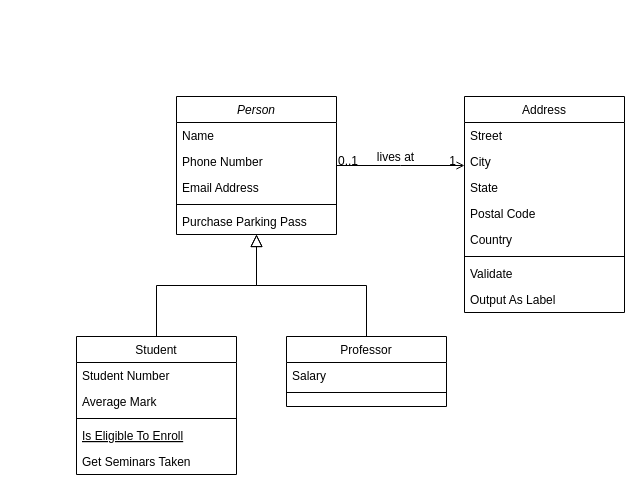
martman85/voetbalmanagerchart keeps this draw.io diagram as Untitled Diagram.drawio. Above is the earlier version. Source tidied: cells renumbered, new cells numbered last; positions are measured from the earlier drawing's top-left corner, leaving out a move shared by most shapes. Both pictures are drawn from the tidied source at 100%, with x=0, y=0 at pixel (76, 96).
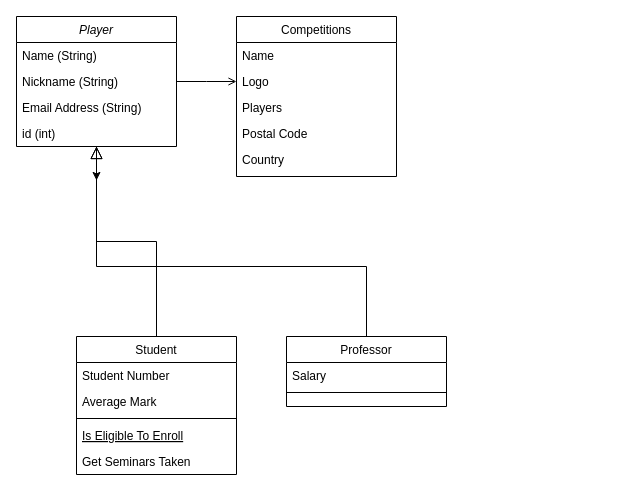
The same page after the edit.

Unchanged cells that the change refers to:
```xml
<mxCell id="15" value="Professor" style="swimlane;fontStyle=0;align=center;verticalAlign=top;horizontal=1;startSize=26;rounded=0;shadow=0;strokeWidth=1;" parent="1" vertex="1">
  <mxGeometry x="210" y="240" width="160" height="70" as="geometry" />
</mxCell>
<mxCell id="28" style="endArrow=open;shadow=0;strokeWidth=1;rounded=0;endFill=1;edgeStyle=elbowEdgeStyle;elbow=vertical;" parent="1" edge="1" source="2" target="19">
  <mxGeometry x="0.5" y="41" relative="1" as="geometry">
    <mxPoint x="-40" y="32" as="offset" />
  </mxGeometry>
</mxCell>
```

Change to the diagram source:
```diff
@@
+    <mxCell id="32" style="edgeStyle=orthogonalEdgeStyle;rounded=0;jettySize=auto;html=1;exitX=0.5;exitY=1;exitDx=0;exitDy=0;" parent="1" edge="1" source="2">
+      <mxGeometry relative="1" as="geometry">
+        <mxPoint x="20" y="83.9" as="targetPoint" />
+      </mxGeometry>
+    </mxCell>
-    <mxCell id="2" value="Person" style="swimlane;fontStyle=2;align=center;verticalAlign=top;horizontal=1;startSize=26;rounded=0;shadow=0;strokeWidth=1;" parent="1" vertex="1">
-      <mxGeometry x="100" width="160" height="138" as="geometry" />
+    <mxCell id="2" value="Player" style="swimlane;fontStyle=2;align=center;verticalAlign=top;horizontal=1;startSize=26;rounded=0;shadow=0;strokeWidth=1;" parent="1" vertex="1">
+      <mxGeometry x="-60" y="-80" width="160" height="130" as="geometry" />
     </mxCell>
-    <mxCell id="3" value="Name" style="text;align=left;verticalAlign=top;spacingLeft=4;spacingRight=4;overflow=hidden;" parent="2" vertex="1">
+    <mxCell id="3" value="Name (String)" style="text;align=left;verticalAlign=top;spacingLeft=4;spacingRight=4;overflow=hidden;" parent="2" vertex="1">
       <mxGeometry y="26" width="160" height="26" as="geometry" />
     </mxCell>
-    <mxCell id="4" value="Phone Number" style="text;align=left;verticalAlign=top;spacingLeft=4;spacingRight=4;overflow=hidden;rounded=0;shadow=0;html=0;" parent="2" vertex="1">
+    <mxCell id="4" value="Nickname (String)" style="text;align=left;verticalAlign=top;spacingLeft=4;spacingRight=4;overflow=hidden;rounded=0;shadow=0;html=0;" parent="2" vertex="1">
       <mxGeometry y="52" width="160" height="26" as="geometry" />
     </mxCell>
-    <mxCell id="5" value="Email Address" style="text;align=left;verticalAlign=top;spacingLeft=4;spacingRight=4;overflow=hidden;rounded=0;shadow=0;html=0;" parent="2" vertex="1">
+    <mxCell id="5" value="Email Address (String)" style="text;align=left;verticalAlign=top;spacingLeft=4;spacingRight=4;overflow=hidden;rounded=0;shadow=0;html=0;" parent="2" vertex="1">
       <mxGeometry y="78" width="160" height="26" as="geometry" />
     </mxCell>
-    <mxCell id="6" style="line;html=1;strokeWidth=1;align=left;verticalAlign=middle;spacingTop=-1;spacingLeft=3;spacingRight=3;labelPosition=right;" parent="2" vertex="1">
-      <mxGeometry y="104" width="160" height="8" as="geometry" />
-    </mxCell>
-    <mxCell id="7" value="Purchase Parking Pass" style="text;align=left;verticalAlign=top;spacingLeft=4;spacingRight=4;overflow=hidden;" parent="2" vertex="1">
-      <mxGeometry y="112" width="160" height="26" as="geometry" />
-    </mxCell>
+    <mxCell id="33" value="id (int)" style="text;align=left;verticalAlign=top;spacingLeft=4;spacingRight=4;overflow=hidden;rounded=0;shadow=0;html=0;" parent="2" vertex="1">
+      <mxGeometry y="104" width="160" height="26" as="geometry" />
+    </mxCell>
@@
     <mxCell id="18" style="endArrow=block;endSize=10;endFill=0;shadow=0;strokeWidth=1;rounded=0;edgeStyle=elbowEdgeStyle;elbow=vertical;" parent="1" edge="1" source="15" target="2">
-      <mxGeometry relative="1" as="geometry" />
+      <mxGeometry relative="1" as="geometry">
+        <Array as="points">
+          <mxPoint x="150" y="170" />
+        </Array>
+      </mxGeometry>
     </mxCell>
-    <mxCell id="19" value="Address" style="swimlane;fontStyle=0;align=center;verticalAlign=top;horizontal=1;startSize=26;rounded=0;shadow=0;strokeWidth=1;" parent="1" vertex="1">
-      <mxGeometry x="388" width="160" height="216" as="geometry" />
+    <mxCell id="19" value="Competitions" style="swimlane;fontStyle=0;align=center;verticalAlign=top;horizontal=1;startSize=26;rounded=0;shadow=0;strokeWidth=1;" parent="1" vertex="1">
+      <mxGeometry x="160" y="-80" width="160" height="160" as="geometry" />
     </mxCell>
-    <mxCell id="20" value="Street" style="text;align=left;verticalAlign=top;spacingLeft=4;spacingRight=4;overflow=hidden;" parent="19" vertex="1">
+    <mxCell id="20" value="Name" style="text;align=left;verticalAlign=top;spacingLeft=4;spacingRight=4;overflow=hidden;" parent="19" vertex="1">
       <mxGeometry y="26" width="160" height="26" as="geometry" />
     </mxCell>
-    <mxCell id="21" value="City" style="text;align=left;verticalAlign=top;spacingLeft=4;spacingRight=4;overflow=hidden;rounded=0;shadow=0;html=0;" parent="19" vertex="1">
+    <mxCell id="21" value="Logo" style="text;align=left;verticalAlign=top;spacingLeft=4;spacingRight=4;overflow=hidden;rounded=0;shadow=0;html=0;" parent="19" vertex="1">
       <mxGeometry y="52" width="160" height="26" as="geometry" />
     </mxCell>
-    <mxCell id="22" value="State" style="text;align=left;verticalAlign=top;spacingLeft=4;spacingRight=4;overflow=hidden;rounded=0;shadow=0;html=0;" parent="19" vertex="1">
+    <mxCell id="22" value="Players" style="text;align=left;verticalAlign=top;spacingLeft=4;spacingRight=4;overflow=hidden;rounded=0;shadow=0;html=0;" parent="19" vertex="1">
       <mxGeometry y="78" width="160" height="26" as="geometry" />
     </mxCell>
@@
-    <mxCell id="25" style="line;html=1;strokeWidth=1;align=left;verticalAlign=middle;spacingTop=-1;spacingLeft=3;spacingRight=3;labelPosition=right;" parent="19" vertex="1">
-      <mxGeometry y="156" width="160" height="8" as="geometry" />
-    </mxCell>
-    <mxCell id="26" value="Validate" style="text;align=left;verticalAlign=top;spacingLeft=4;spacingRight=4;overflow=hidden;" parent="19" vertex="1">
-      <mxGeometry y="164" width="160" height="26" as="geometry" />
-    </mxCell>
-    <mxCell id="27" value="Output As Label" style="text;align=left;verticalAlign=top;spacingLeft=4;spacingRight=4;overflow=hidden;" parent="19" vertex="1">
-      <mxGeometry y="190" width="160" height="26" as="geometry" />
-    </mxCell>
@@
-    <mxCell id="29" value="0..1" style="align=left;verticalAlign=bottom;labelBackgroundColor=none;fontSize=12;" parent="28" vertex="1">
-      <mxGeometry x="-1" relative="1" as="geometry">
-        <mxPoint y="4" as="offset" />
-      </mxGeometry>
-    </mxCell>
-    <mxCell id="30" value="1" style="align=right;verticalAlign=bottom;labelBackgroundColor=none;fontSize=12;" parent="28" vertex="1">
-      <mxGeometry x="1" relative="1" as="geometry">
-        <mxPoint x="-7" y="4" as="offset" />
-      </mxGeometry>
-    </mxCell>
-    <mxCell id="31" value="lives at" style="text;html=1;align=center;verticalAlign=middle;labelBackgroundColor=none;rounded=0;shadow=0;strokeWidth=1;fontSize=12;" parent="28" vertex="1">
-      <mxGeometry x="0.5" y="49" relative="1" as="geometry">
-        <mxPoint x="-38" y="40" as="offset" />
-      </mxGeometry>
-    </mxCell>
```
